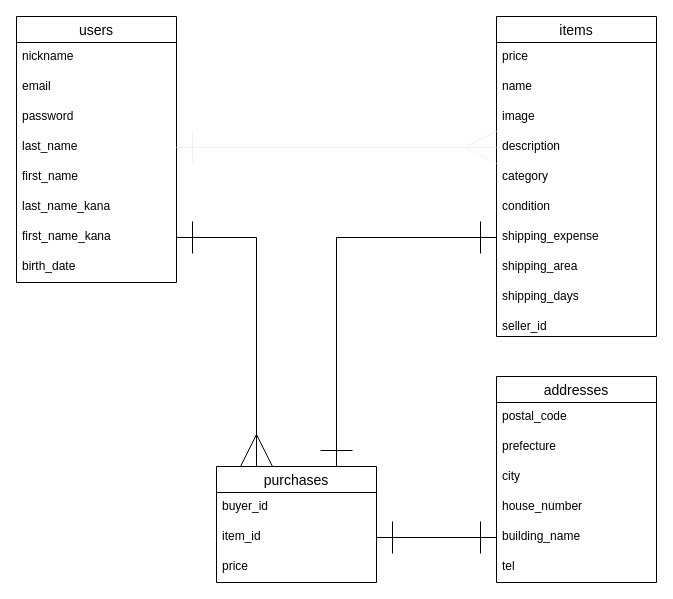
HIRO-uc/furima-32974 keeps this draw.io diagram as page "ページ1" (1 of 2) of er_diagram.dio. Above is the earlier version. Source tidied: cells renumbered, new cells numbered last; positions are measured from the earlier drawing's top-left corner, leaving out a move shared by most shapes. Both pictures are drawn from the tidied source at 100%, with x=0, y=0 at pixel (16, 16).
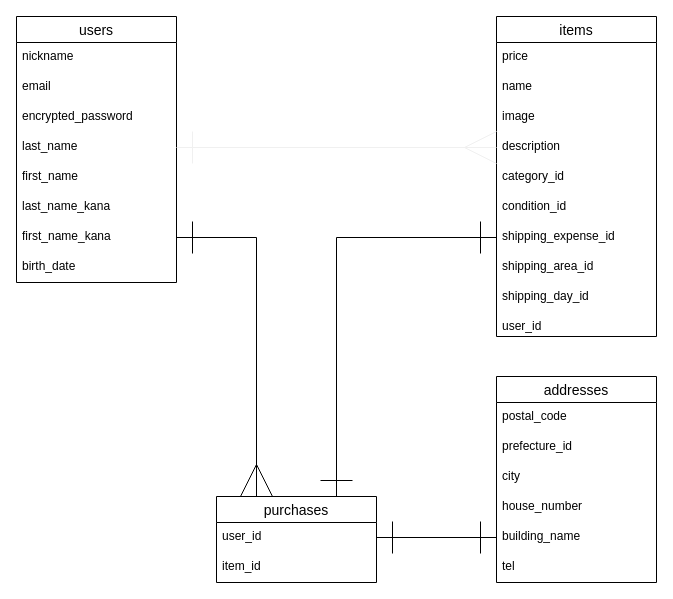
Above is the later version.

Commit message (it also covers changes not shown here):
readmeとER図の修正

Unchanged cells that the change refers to:
```xml
<mxCell id="2" value="users" style="swimlane;fontStyle=0;horizontal=1;startSize=26;align=center;fontSize=14;" parent="1" vertex="1">
  <mxGeometry width="160" height="266" as="geometry" />
</mxCell>
<mxCell id="11" value="items" style="swimlane;fontStyle=0;horizontal=1;startSize=26;align=center;fontSize=14;" parent="1" vertex="1">
  <mxGeometry x="480" width="160" height="320" as="geometry" />
</mxCell>
<mxCell id="24" value="item_id" style="text;strokeColor=none;fillColor=none;spacingLeft=4;spacingRight=4;overflow=hidden;points=[[0,0.5],[1,0.5]];portConstraint=eastwest;fontSize=12;" parent="22" vertex="1">
  <mxGeometry y="56" width="160" height="30" as="geometry" />
</mxCell>
<mxCell id="30" value="addresses" style="swimlane;fontStyle=0;horizontal=1;startSize=26;align=center;fontSize=14;" parent="1" vertex="1">
  <mxGeometry x="480" y="360" width="160" height="206" as="geometry" />
</mxCell>
<mxCell id="35" value="building_name" style="text;strokeColor=none;fillColor=none;spacingLeft=4;spacingRight=4;overflow=hidden;points=[[0,0.5],[1,0.5]];portConstraint=eastwest;fontSize=12;" parent="30" vertex="1">
  <mxGeometry y="146" width="160" height="30" as="geometry" />
</mxCell>
```

The edit, as a diff of the source:
```diff
@@
-    <mxCell id="5" value="password" style="text;strokeColor=none;fillColor=none;spacingLeft=4;spacingRight=4;overflow=hidden;fontSize=12;" parent="2" vertex="1">
+    <mxCell id="5" value="encrypted_password" style="text;strokeColor=none;fillColor=none;spacingLeft=4;spacingRight=4;overflow=hidden;fontSize=12;" parent="2" vertex="1">
       <mxGeometry y="86" width="160" height="30" as="geometry" />
     </mxCell>
@@
-    <mxCell id="16" value="category" style="text;strokeColor=none;fillColor=none;spacingLeft=4;spacingRight=4;overflow=hidden;fontSize=12;" parent="11" vertex="1">
+    <mxCell id="16" value="category_id" style="text;strokeColor=none;fillColor=none;spacingLeft=4;spacingRight=4;overflow=hidden;fontSize=12;" parent="11" vertex="1">
       <mxGeometry y="146" width="160" height="30" as="geometry" />
     </mxCell>
-    <mxCell id="17" value="condition" style="text;strokeColor=none;fillColor=none;spacingLeft=4;spacingRight=4;overflow=hidden;fontSize=12;" parent="11" vertex="1">
+    <mxCell id="17" value="condition_id" style="text;strokeColor=none;fillColor=none;spacingLeft=4;spacingRight=4;overflow=hidden;fontSize=12;" parent="11" vertex="1">
       <mxGeometry y="176" width="160" height="30" as="geometry" />
     </mxCell>
-    <mxCell id="18" value="shipping_expense" style="text;strokeColor=none;fillColor=none;spacingLeft=4;spacingRight=4;overflow=hidden;points=[[0,0.5],[1,0.5]];portConstraint=eastwest;fontSize=12;" parent="11" vertex="1">
+    <mxCell id="18" value="shipping_expense_id" style="text;strokeColor=none;fillColor=none;spacingLeft=4;spacingRight=4;overflow=hidden;points=[[0,0.5],[1,0.5]];portConstraint=eastwest;fontSize=12;" parent="11" vertex="1">
       <mxGeometry y="206" width="160" height="30" as="geometry" />
     </mxCell>
-    <mxCell id="19" value="shipping_area" style="text;strokeColor=none;fillColor=none;spacingLeft=4;spacingRight=4;overflow=hidden;fontSize=12;" parent="11" vertex="1">
+    <mxCell id="19" value="shipping_area_id" style="text;strokeColor=none;fillColor=none;spacingLeft=4;spacingRight=4;overflow=hidden;fontSize=12;" parent="11" vertex="1">
       <mxGeometry y="236" width="160" height="30" as="geometry" />
     </mxCell>
-    <mxCell id="20" value="shipping_days" style="text;strokeColor=none;fillColor=none;spacingLeft=4;spacingRight=4;overflow=hidden;fontSize=12;" parent="11" vertex="1">
+    <mxCell id="20" value="shipping_day_id" style="text;strokeColor=none;fillColor=none;spacingLeft=4;spacingRight=4;overflow=hidden;fontSize=12;" parent="11" vertex="1">
       <mxGeometry y="266" width="160" height="30" as="geometry" />
     </mxCell>
-    <mxCell id="21" value="seller_id" style="text;strokeColor=none;fillColor=none;spacingLeft=4;spacingRight=4;overflow=hidden;fontSize=12;" parent="11" vertex="1">
+    <mxCell id="21" value="user_id" style="text;strokeColor=none;fillColor=none;spacingLeft=4;spacingRight=4;overflow=hidden;fontSize=12;" parent="11" vertex="1">
       <mxGeometry y="296" width="160" height="24" as="geometry" />
     </mxCell>
     <mxCell id="22" value="purchases" style="swimlane;fontStyle=0;horizontal=1;startSize=26;align=center;fontSize=14;" parent="1" vertex="1">
-      <mxGeometry x="200" y="450" width="160" height="116" as="geometry" />
+      <mxGeometry x="200" y="480" width="160" height="86" as="geometry" />
     </mxCell>
-    <mxCell id="23" value="buyer_id" style="text;strokeColor=none;fillColor=none;spacingLeft=4;spacingRight=4;overflow=hidden;fontSize=12;" parent="22" vertex="1">
+    <mxCell id="23" value="user_id" style="text;strokeColor=none;fillColor=none;spacingLeft=4;spacingRight=4;overflow=hidden;fontSize=12;" parent="22" vertex="1">
       <mxGeometry y="26" width="160" height="30" as="geometry" />
     </mxCell>
@@
-    <mxCell id="25" value="price" style="text;strokeColor=none;fillColor=none;spacingLeft=4;spacingRight=4;overflow=hidden;fontSize=12;" parent="22" vertex="1">
-      <mxGeometry y="86" width="160" height="30" as="geometry" />
-    </mxCell>
@@
-    <mxCell id="32" value="prefecture" style="text;strokeColor=none;fillColor=none;spacingLeft=4;spacingRight=4;overflow=hidden;fontSize=12;" parent="30" vertex="1">
+    <mxCell id="32" value="prefecture_id" style="text;strokeColor=none;fillColor=none;spacingLeft=4;spacingRight=4;overflow=hidden;fontSize=12;" parent="30" vertex="1">
       <mxGeometry y="56" width="160" height="30" as="geometry" />
     </mxCell>
@@
-    <mxCell id="37" style="edgeStyle=orthogonalEdgeStyle;rounded=0;jettySize=auto;html=1;exitX=0;exitY=0.5;exitDx=0;exitDy=0;entryX=1;entryY=0.5;entryDx=0;entryDy=0;startArrow=ERone;startFill=0;startSize=30;endArrow=ERone;endFill=0;endSize=30;" parent="1" edge="1" source="35" target="24">
-      <mxGeometry relative="1" as="geometry" />
-    </mxCell>
+    <mxCell id="38" style="edgeStyle=orthogonalEdgeStyle;rounded=0;jettySize=auto;html=1;exitX=0;exitY=0.5;exitDx=0;exitDy=0;startArrow=ERone;startFill=0;startSize=30;endArrow=ERone;endFill=0;endSize=30;" parent="1" edge="1" source="35">
+      <mxGeometry relative="1" as="geometry">
+        <mxPoint x="360" y="521" as="targetPoint" />
+      </mxGeometry>
+    </mxCell>
```
